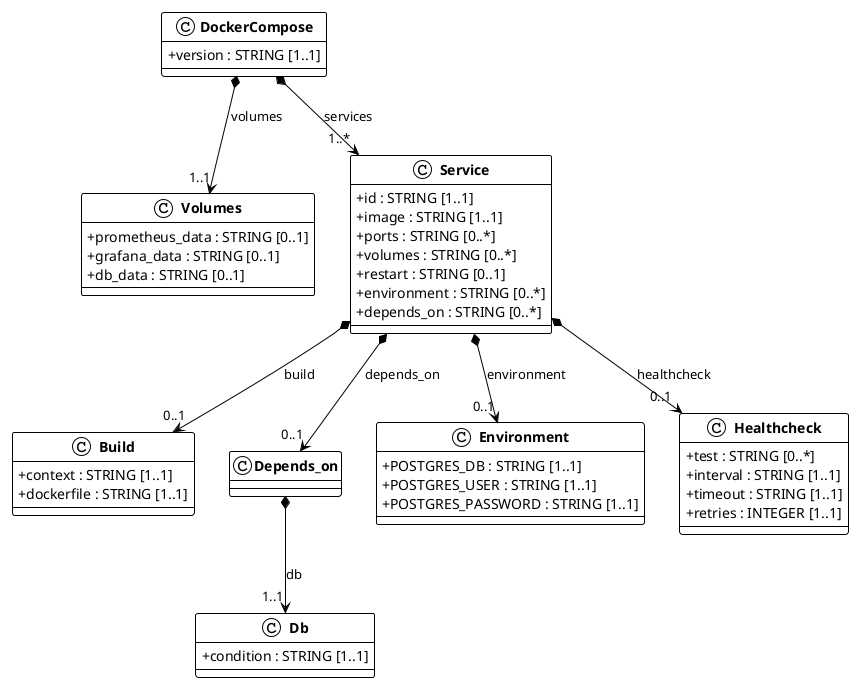
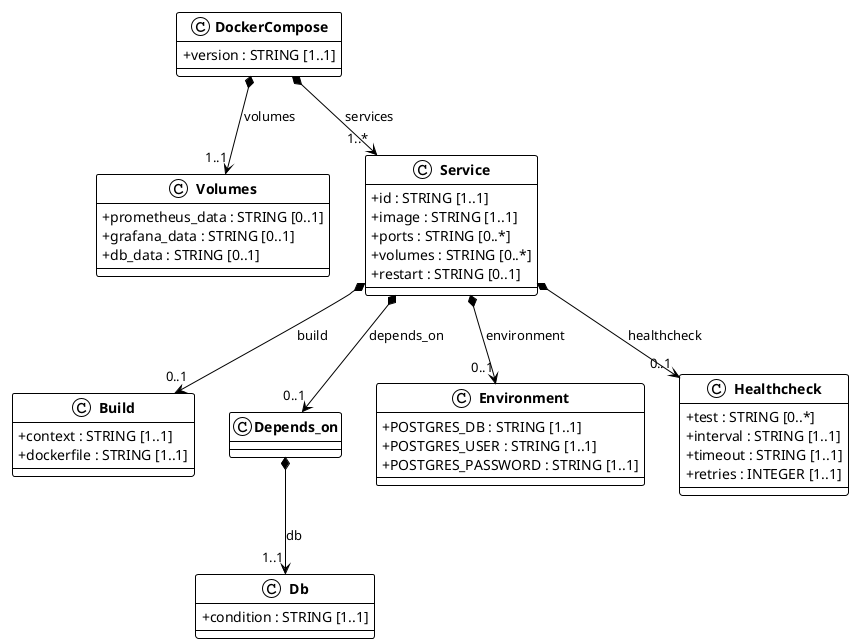
@startuml docker_compose
!theme plain
skinparam classAttributeIconSize 0
skinparam classFontStyle bold

class DockerCompose{
  + version : STRING [1..1]
}

class Volumes{
  + prometheus_data : STRING [0..1]
  + grafana_data : STRING [0..1]
  + db_data : STRING [0..1]
}

class Service{
  + id : STRING [1..1]
  + image : STRING [1..1]
  + ports : STRING [0..*]
  + volumes : STRING [0..*]
  + restart : STRING [0..1]
-   + environment : STRING [0..*]
-   + depends_on : STRING [0..*]
}

class Build{
  + context : STRING [1..1]
  + dockerfile : STRING [1..1]
}

class Depends_on{
}

class Db{
  + condition : STRING [1..1]
}

class Environment{
  + POSTGRES_DB : STRING [1..1]
  + POSTGRES_USER : STRING [1..1]
  + POSTGRES_PASSWORD : STRING [1..1]
}

class Healthcheck{
  + test : STRING [0..*]
  + interval : STRING [1..1]
  + timeout : STRING [1..1]
  + retries : INTEGER [1..1]
}

DockerCompose *--> "1..1" Volumes : volumes
DockerCompose *--> "1..*" Service : services
Service *--> "0..1" Build : build
Service *--> "0..1" Depends_on : depends_on
Service *--> "0..1" Environment : environment
Service *--> "0..1" Healthcheck : healthcheck
Depends_on *--> "1..1" Db : db

@enduml
